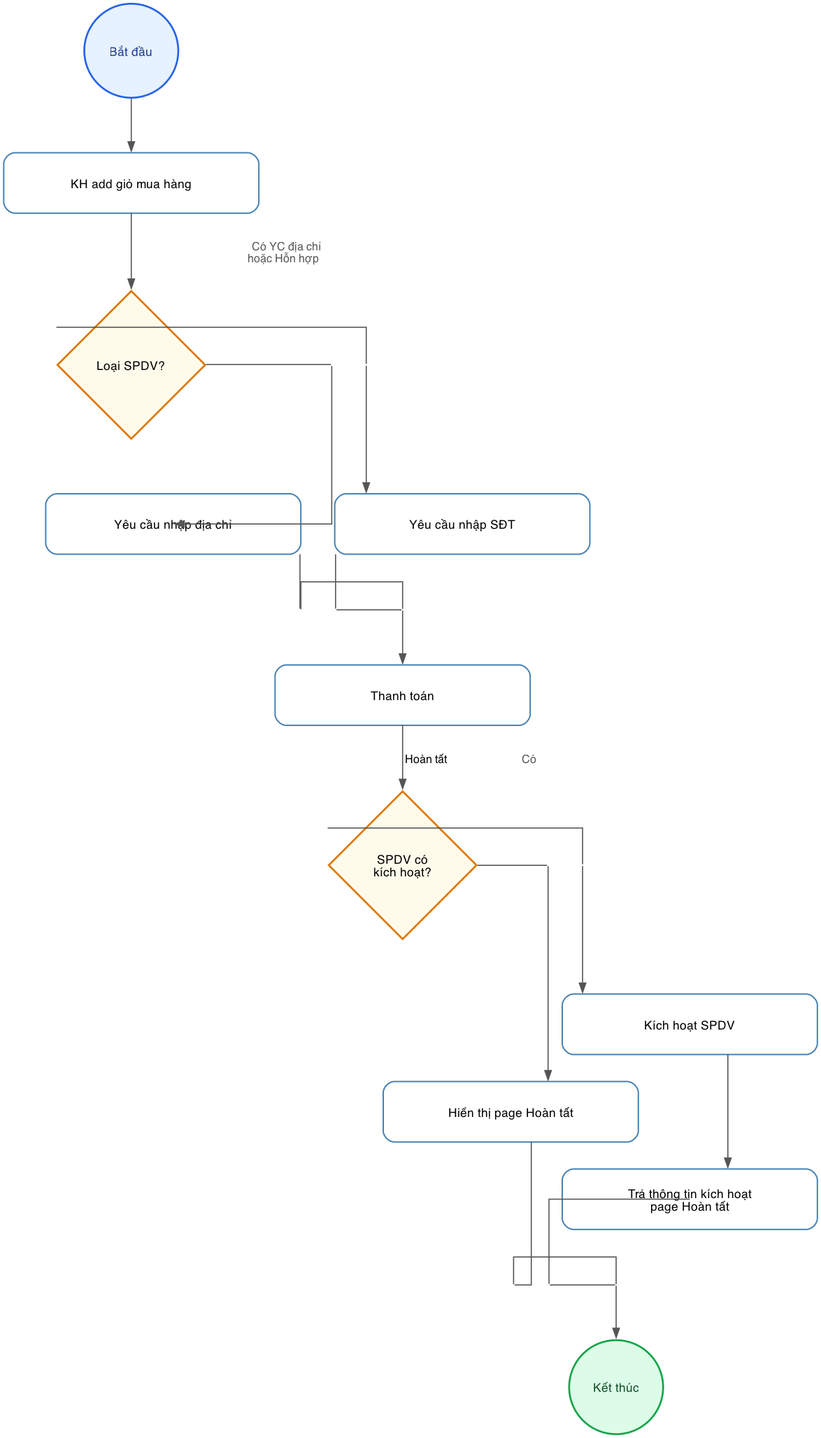
This is diagrams/bpmn_shopping_cart.png from hathuy2706-BA/FPT, a Graphviz export, as it was before one commit. Its source is kept beside it as diagrams/bpmn_shopping_cart.dot.
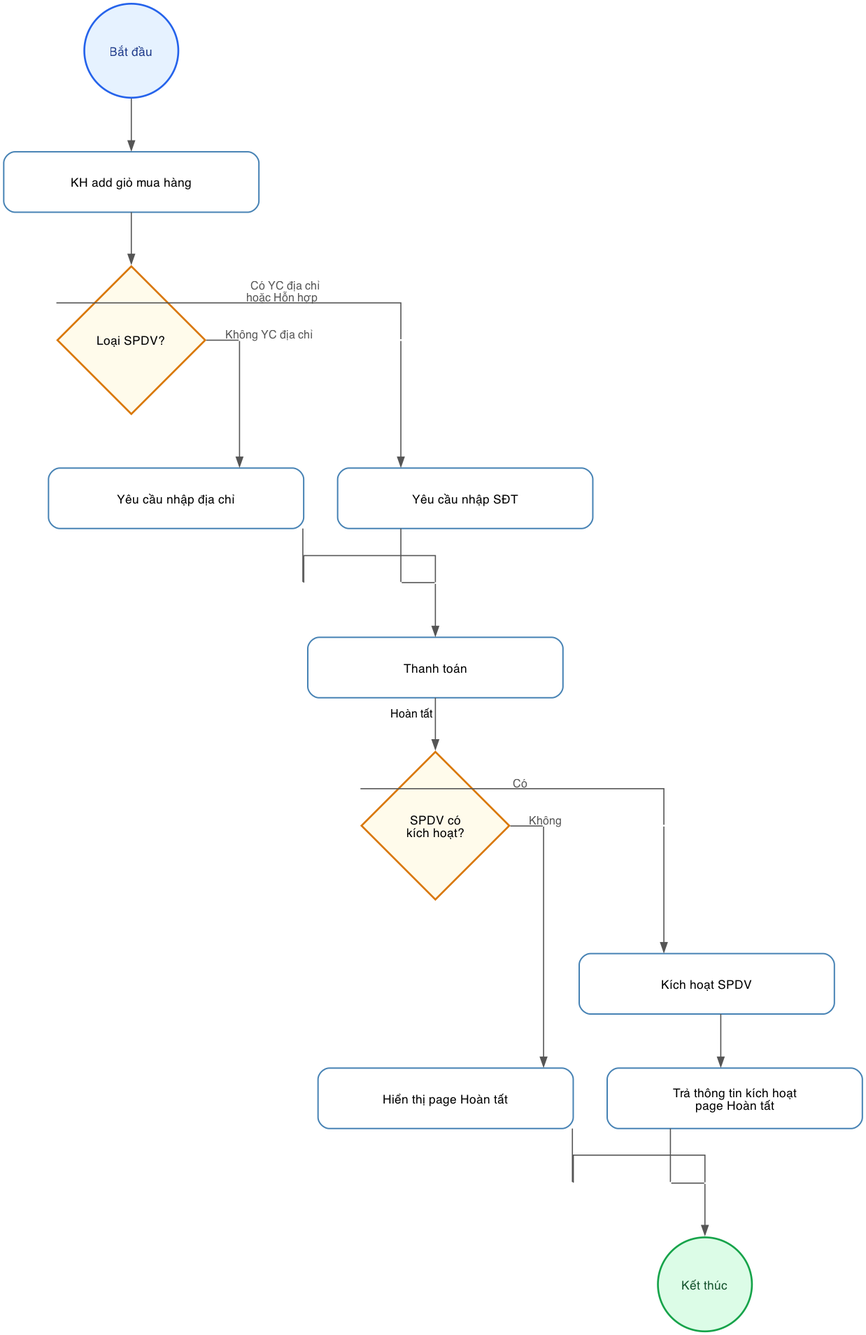
The same file after the commit.

Commit message:
Fix labels for orthogonal routes

Diff of the diagram source:
```diff
@@ -39,8 +39,8 @@
     add_cart:s -> check_type:n;
 
     { rank=same; p_type_L; check_type; p_type_R; }
-    check_type:w -> p_type_L [dir=none, label=" Có YC địa chỉ\nhoặc Hỗn hợp ", fontcolor="#555555"];
-    check_type:e -> p_type_R [dir=none, label=" Không YC địa chỉ ", fontcolor="#555555"];
+    check_type:w -> p_type_L [dir=none, xlabel=" Có YC địa chỉ\nhoặc Hỗn hợp ", fontcolor="#555555"];
+    check_type:e -> p_type_R [dir=none, xlabel=" Không YC địa chỉ ", fontcolor="#555555"];
     p_type_L -> req_phone:n;
     p_type_R -> req_address:n;
 
@@ -51,11 +51,11 @@
     p_pay_R -> p_pay_C [dir=none];
     p_pay_C -> payment:n;
 
-    payment:s -> check_activation:n [label=" Hoàn tất "];
+    payment:s -> check_activation:n [xlabel=" Hoàn tất "];
 
     { rank=same; p_act_L; check_activation; p_act_R; }
-    check_activation:w -> p_act_L [dir=none, label=" Có ", fontcolor="#555555"];
-    check_activation:e -> p_act_R [dir=none, label=" Không ", fontcolor="#555555"];
+    check_activation:w -> p_act_L [dir=none, xlabel=" Có ", fontcolor="#555555"];
+    check_activation:e -> p_act_R [dir=none, xlabel=" Không ", fontcolor="#555555"];
     p_act_L -> activate:n;
     p_act_R -> show_thanks_no_activate:n;
 
```
